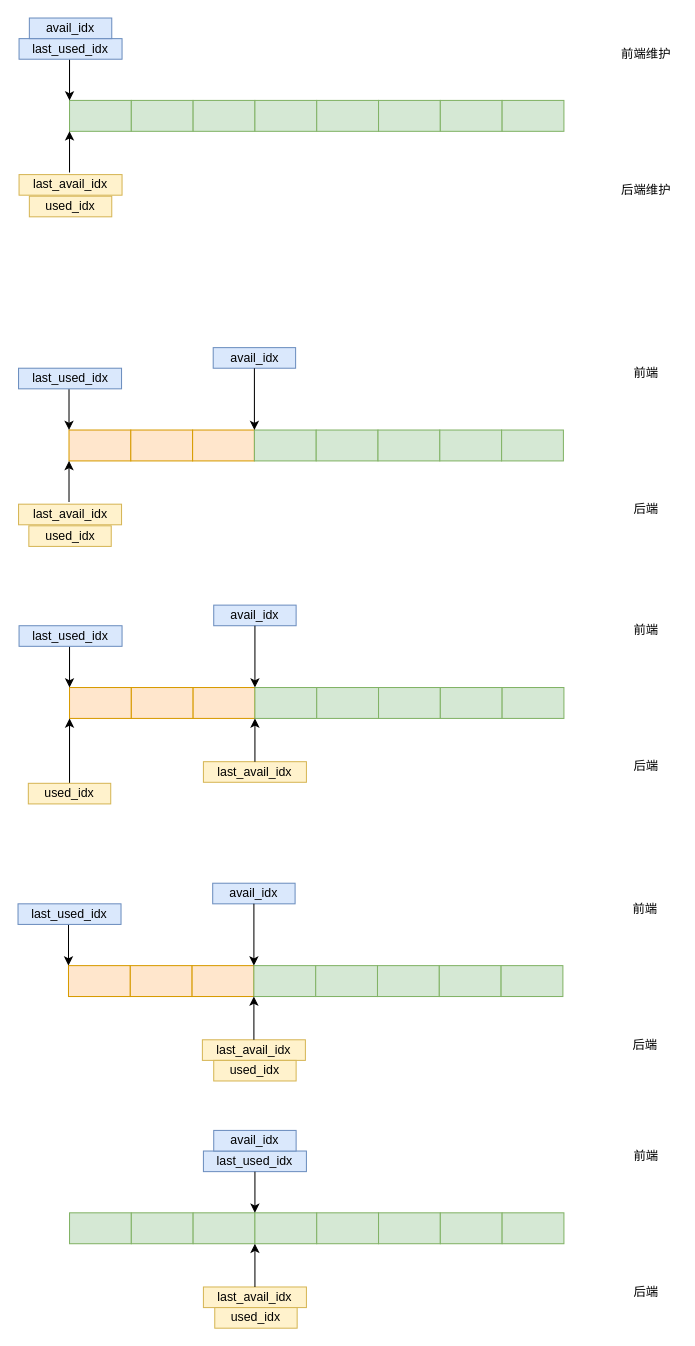
Before: page "packed virtqueue" (1 of 4) of virtio.drawio in Aspiresky/draw.io, a draw.io diagram. Source tidied: cells renumbered, new cells numbered last; positions are measured from the earlier drawing's top-left corner, leaving out a move shared by most shapes. Both pictures are drawn from the tidied source at 103%, with x=0, y=0 at pixel (18, 18).
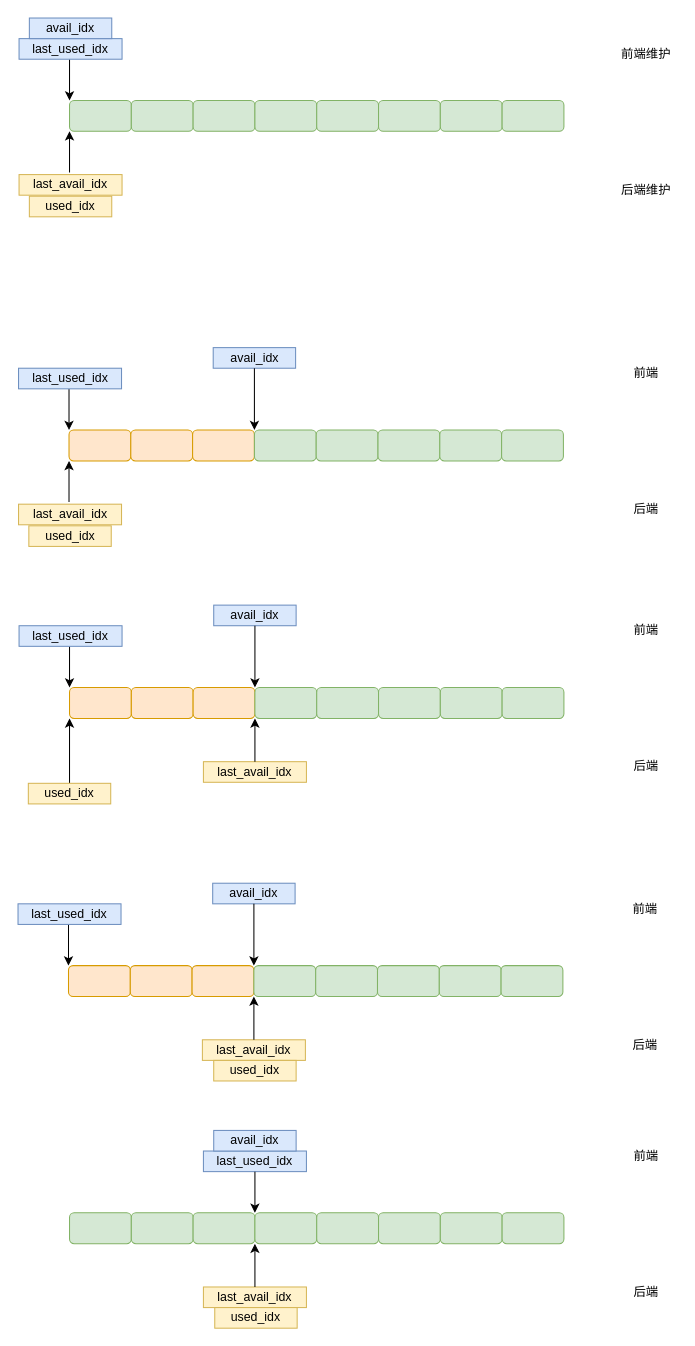
The same diagram, later.

What changed in the source:
```diff
@@
-    <mxCell id="2" style="rounded=0;whiteSpace=wrap;html=1;fillColor=#d5e8d4;strokeColor=#82b366;" parent="1" vertex="1">
+    <mxCell id="2" style="rounded=1;whiteSpace=wrap;html=1;fillColor=#d5e8d4;strokeColor=#82b366;" parent="1" vertex="1">
       <mxGeometry x="50" y="80" width="60" height="30" as="geometry" />
     </mxCell>
-    <mxCell id="3" style="rounded=0;whiteSpace=wrap;html=1;fillColor=#d5e8d4;strokeColor=#82b366;" parent="1" vertex="1">
+    <mxCell id="3" style="rounded=1;whiteSpace=wrap;html=1;fillColor=#d5e8d4;strokeColor=#82b366;" parent="1" vertex="1">
       <mxGeometry x="110" y="80" width="60" height="30" as="geometry" />
     </mxCell>
-    <mxCell id="4" style="rounded=0;whiteSpace=wrap;html=1;fillColor=#d5e8d4;strokeColor=#82b366;" parent="1" vertex="1">
+    <mxCell id="4" style="rounded=1;whiteSpace=wrap;html=1;fillColor=#d5e8d4;strokeColor=#82b366;" parent="1" vertex="1">
       <mxGeometry x="170" y="80" width="60" height="30" as="geometry" />
     </mxCell>
-    <mxCell id="5" style="rounded=0;whiteSpace=wrap;html=1;fillColor=#d5e8d4;strokeColor=#82b366;" parent="1" vertex="1">
+    <mxCell id="5" style="rounded=1;whiteSpace=wrap;html=1;fillColor=#d5e8d4;strokeColor=#82b366;" parent="1" vertex="1">
       <mxGeometry x="230" y="80" width="60" height="30" as="geometry" />
     </mxCell>
-    <mxCell id="6" style="rounded=0;whiteSpace=wrap;html=1;fillColor=#d5e8d4;strokeColor=#82b366;" parent="1" vertex="1">
+    <mxCell id="6" style="rounded=1;whiteSpace=wrap;html=1;fillColor=#d5e8d4;strokeColor=#82b366;" parent="1" vertex="1">
       <mxGeometry x="290" y="80" width="60" height="30" as="geometry" />
     </mxCell>
-    <mxCell id="7" style="rounded=0;whiteSpace=wrap;html=1;fillColor=#d5e8d4;strokeColor=#82b366;" parent="1" vertex="1">
+    <mxCell id="7" style="rounded=1;whiteSpace=wrap;html=1;fillColor=#d5e8d4;strokeColor=#82b366;" parent="1" vertex="1">
       <mxGeometry x="350" y="80" width="60" height="30" as="geometry" />
     </mxCell>
-    <mxCell id="8" style="rounded=0;whiteSpace=wrap;html=1;fillColor=#d5e8d4;strokeColor=#82b366;" parent="1" vertex="1">
+    <mxCell id="8" style="rounded=1;whiteSpace=wrap;html=1;fillColor=#d5e8d4;strokeColor=#82b366;" parent="1" vertex="1">
       <mxGeometry x="410" y="80" width="60" height="30" as="geometry" />
     </mxCell>
-    <mxCell id="9" style="rounded=0;whiteSpace=wrap;html=1;fillColor=#d5e8d4;strokeColor=#82b366;" parent="1" vertex="1">
+    <mxCell id="9" style="rounded=1;whiteSpace=wrap;html=1;fillColor=#d5e8d4;strokeColor=#82b366;" parent="1" vertex="1">
       <mxGeometry x="470" y="80" width="60" height="30" as="geometry" />
     </mxCell>
@@
-    <mxCell id="16" style="rounded=0;whiteSpace=wrap;html=1;fillColor=#ffe6cc;strokeColor=#d79b00;" parent="1" vertex="1">
+    <mxCell id="16" style="rounded=1;whiteSpace=wrap;html=1;fillColor=#ffe6cc;strokeColor=#d79b00;" parent="1" vertex="1">
       <mxGeometry x="49.5" y="400" width="60" height="30" as="geometry" />
     </mxCell>
-    <mxCell id="17" style="rounded=0;whiteSpace=wrap;html=1;fillColor=#ffe6cc;strokeColor=#d79b00;" parent="1" vertex="1">
+    <mxCell id="17" style="rounded=1;whiteSpace=wrap;html=1;fillColor=#ffe6cc;strokeColor=#d79b00;" parent="1" vertex="1">
       <mxGeometry x="109.5" y="400" width="60" height="30" as="geometry" />
     </mxCell>
-    <mxCell id="18" style="rounded=0;whiteSpace=wrap;html=1;fillColor=#ffe6cc;strokeColor=#d79b00;" parent="1" vertex="1">
+    <mxCell id="18" style="rounded=1;whiteSpace=wrap;html=1;fillColor=#ffe6cc;strokeColor=#d79b00;" parent="1" vertex="1">
       <mxGeometry x="169.5" y="400" width="60" height="30" as="geometry" />
     </mxCell>
-    <mxCell id="19" style="rounded=0;whiteSpace=wrap;html=1;fillColor=#d5e8d4;strokeColor=#82b366;" parent="1" vertex="1">
+    <mxCell id="19" style="rounded=1;whiteSpace=wrap;html=1;fillColor=#d5e8d4;strokeColor=#82b366;" parent="1" vertex="1">
       <mxGeometry x="229.5" y="400" width="60" height="30" as="geometry" />
     </mxCell>
-    <mxCell id="20" style="rounded=0;whiteSpace=wrap;html=1;fillColor=#d5e8d4;strokeColor=#82b366;" parent="1" vertex="1">
+    <mxCell id="20" style="rounded=1;whiteSpace=wrap;html=1;fillColor=#d5e8d4;strokeColor=#82b366;" parent="1" vertex="1">
       <mxGeometry x="289.5" y="400" width="60" height="30" as="geometry" />
     </mxCell>
-    <mxCell id="21" style="rounded=0;whiteSpace=wrap;html=1;fillColor=#d5e8d4;strokeColor=#82b366;" parent="1" vertex="1">
+    <mxCell id="21" style="rounded=1;whiteSpace=wrap;html=1;fillColor=#d5e8d4;strokeColor=#82b366;" parent="1" vertex="1">
       <mxGeometry x="349.5" y="400" width="60" height="30" as="geometry" />
     </mxCell>
-    <mxCell id="22" style="rounded=0;whiteSpace=wrap;html=1;fillColor=#d5e8d4;strokeColor=#82b366;" parent="1" vertex="1">
+    <mxCell id="22" style="rounded=1;whiteSpace=wrap;html=1;fillColor=#d5e8d4;strokeColor=#82b366;" parent="1" vertex="1">
       <mxGeometry x="409.5" y="400" width="60" height="30" as="geometry" />
     </mxCell>
-    <mxCell id="23" style="rounded=0;whiteSpace=wrap;html=1;fillColor=#d5e8d4;strokeColor=#82b366;" parent="1" vertex="1">
+    <mxCell id="23" style="rounded=1;whiteSpace=wrap;html=1;fillColor=#d5e8d4;strokeColor=#82b366;" parent="1" vertex="1">
       <mxGeometry x="469.5" y="400" width="60" height="30" as="geometry" />
     </mxCell>
@@
-    <mxCell id="35" style="rounded=0;whiteSpace=wrap;html=1;fillColor=#ffe6cc;strokeColor=#d79b00;" parent="1" vertex="1">
+    <mxCell id="35" style="rounded=1;whiteSpace=wrap;html=1;fillColor=#ffe6cc;strokeColor=#d79b00;" parent="1" vertex="1">
       <mxGeometry x="50" y="650" width="60" height="30" as="geometry" />
     </mxCell>
-    <mxCell id="36" style="rounded=0;whiteSpace=wrap;html=1;fillColor=#ffe6cc;strokeColor=#d79b00;" parent="1" vertex="1">
+    <mxCell id="36" style="rounded=1;whiteSpace=wrap;html=1;fillColor=#ffe6cc;strokeColor=#d79b00;" parent="1" vertex="1">
       <mxGeometry x="110" y="650" width="60" height="30" as="geometry" />
     </mxCell>
-    <mxCell id="37" style="rounded=0;whiteSpace=wrap;html=1;fillColor=#ffe6cc;strokeColor=#d79b00;" parent="1" vertex="1">
+    <mxCell id="37" style="rounded=1;whiteSpace=wrap;html=1;fillColor=#ffe6cc;strokeColor=#d79b00;" parent="1" vertex="1">
       <mxGeometry x="170" y="650" width="60" height="30" as="geometry" />
     </mxCell>
-    <mxCell id="38" style="rounded=0;whiteSpace=wrap;html=1;fillColor=#d5e8d4;strokeColor=#82b366;" parent="1" vertex="1">
+    <mxCell id="38" style="rounded=1;whiteSpace=wrap;html=1;fillColor=#d5e8d4;strokeColor=#82b366;" parent="1" vertex="1">
       <mxGeometry x="230" y="650" width="60" height="30" as="geometry" />
     </mxCell>
-    <mxCell id="39" style="rounded=0;whiteSpace=wrap;html=1;fillColor=#d5e8d4;strokeColor=#82b366;" parent="1" vertex="1">
+    <mxCell id="39" style="rounded=1;whiteSpace=wrap;html=1;fillColor=#d5e8d4;strokeColor=#82b366;" parent="1" vertex="1">
       <mxGeometry x="290" y="650" width="60" height="30" as="geometry" />
     </mxCell>
-    <mxCell id="40" style="rounded=0;whiteSpace=wrap;html=1;fillColor=#d5e8d4;strokeColor=#82b366;" parent="1" vertex="1">
+    <mxCell id="40" style="rounded=1;whiteSpace=wrap;html=1;fillColor=#d5e8d4;strokeColor=#82b366;" parent="1" vertex="1">
       <mxGeometry x="350" y="650" width="60" height="30" as="geometry" />
     </mxCell>
-    <mxCell id="41" style="rounded=0;whiteSpace=wrap;html=1;fillColor=#d5e8d4;strokeColor=#82b366;" parent="1" vertex="1">
+    <mxCell id="41" style="rounded=1;whiteSpace=wrap;html=1;fillColor=#d5e8d4;strokeColor=#82b366;" parent="1" vertex="1">
       <mxGeometry x="410" y="650" width="60" height="30" as="geometry" />
     </mxCell>
-    <mxCell id="42" style="rounded=0;whiteSpace=wrap;html=1;fillColor=#d5e8d4;strokeColor=#82b366;" parent="1" vertex="1">
+    <mxCell id="42" style="rounded=1;whiteSpace=wrap;html=1;fillColor=#d5e8d4;strokeColor=#82b366;" parent="1" vertex="1">
       <mxGeometry x="470" y="650" width="60" height="30" as="geometry" />
     </mxCell>
@@
-    <mxCell id="53" style="rounded=0;whiteSpace=wrap;html=1;fillColor=#ffe6cc;strokeColor=#d79b00;" parent="1" vertex="1">
+    <mxCell id="53" style="rounded=1;whiteSpace=wrap;html=1;fillColor=#ffe6cc;strokeColor=#d79b00;" parent="1" vertex="1">
       <mxGeometry x="49" y="920" width="60" height="30" as="geometry" />
     </mxCell>
-    <mxCell id="54" style="rounded=0;whiteSpace=wrap;html=1;fillColor=#ffe6cc;strokeColor=#d79b00;" parent="1" vertex="1">
+    <mxCell id="54" style="rounded=1;whiteSpace=wrap;html=1;fillColor=#ffe6cc;strokeColor=#d79b00;" parent="1" vertex="1">
       <mxGeometry x="109" y="920" width="60" height="30" as="geometry" />
     </mxCell>
-    <mxCell id="55" style="rounded=0;whiteSpace=wrap;html=1;fillColor=#ffe6cc;strokeColor=#d79b00;" parent="1" vertex="1">
+    <mxCell id="55" style="rounded=1;whiteSpace=wrap;html=1;fillColor=#ffe6cc;strokeColor=#d79b00;" parent="1" vertex="1">
       <mxGeometry x="169" y="920" width="60" height="30" as="geometry" />
     </mxCell>
-    <mxCell id="56" style="rounded=0;whiteSpace=wrap;html=1;fillColor=#d5e8d4;strokeColor=#82b366;" parent="1" vertex="1">
+    <mxCell id="56" style="rounded=1;whiteSpace=wrap;html=1;fillColor=#d5e8d4;strokeColor=#82b366;" parent="1" vertex="1">
       <mxGeometry x="229" y="920" width="60" height="30" as="geometry" />
     </mxCell>
-    <mxCell id="57" style="rounded=0;whiteSpace=wrap;html=1;fillColor=#d5e8d4;strokeColor=#82b366;" parent="1" vertex="1">
+    <mxCell id="57" style="rounded=1;whiteSpace=wrap;html=1;fillColor=#d5e8d4;strokeColor=#82b366;" parent="1" vertex="1">
       <mxGeometry x="289" y="920" width="60" height="30" as="geometry" />
     </mxCell>
-    <mxCell id="58" style="rounded=0;whiteSpace=wrap;html=1;fillColor=#d5e8d4;strokeColor=#82b366;" parent="1" vertex="1">
+    <mxCell id="58" style="rounded=1;whiteSpace=wrap;html=1;fillColor=#d5e8d4;strokeColor=#82b366;" parent="1" vertex="1">
       <mxGeometry x="349" y="920" width="60" height="30" as="geometry" />
     </mxCell>
-    <mxCell id="59" style="rounded=0;whiteSpace=wrap;html=1;fillColor=#d5e8d4;strokeColor=#82b366;" parent="1" vertex="1">
+    <mxCell id="59" style="rounded=1;whiteSpace=wrap;html=1;fillColor=#d5e8d4;strokeColor=#82b366;" parent="1" vertex="1">
       <mxGeometry x="409" y="920" width="60" height="30" as="geometry" />
     </mxCell>
-    <mxCell id="60" style="rounded=0;whiteSpace=wrap;html=1;fillColor=#d5e8d4;strokeColor=#82b366;" parent="1" vertex="1">
+    <mxCell id="60" style="rounded=1;whiteSpace=wrap;html=1;fillColor=#d5e8d4;strokeColor=#82b366;" parent="1" vertex="1">
       <mxGeometry x="469" y="920" width="60" height="30" as="geometry" />
     </mxCell>
@@
-    <mxCell id="70" style="rounded=0;whiteSpace=wrap;html=1;fillColor=#d5e8d4;strokeColor=#82b366;" parent="1" vertex="1">
+    <mxCell id="70" style="rounded=1;whiteSpace=wrap;html=1;fillColor=#d5e8d4;strokeColor=#82b366;" parent="1" vertex="1">
       <mxGeometry x="50" y="1160" width="60" height="30" as="geometry" />
     </mxCell>
-    <mxCell id="71" style="rounded=0;whiteSpace=wrap;html=1;fillColor=#d5e8d4;strokeColor=#82b366;" parent="1" vertex="1">
+    <mxCell id="71" style="rounded=1;whiteSpace=wrap;html=1;fillColor=#d5e8d4;strokeColor=#82b366;" parent="1" vertex="1">
       <mxGeometry x="110" y="1160" width="60" height="30" as="geometry" />
     </mxCell>
-    <mxCell id="72" style="rounded=0;whiteSpace=wrap;html=1;fillColor=#d5e8d4;strokeColor=#82b366;" parent="1" vertex="1">
+    <mxCell id="72" style="rounded=1;whiteSpace=wrap;html=1;fillColor=#d5e8d4;strokeColor=#82b366;" parent="1" vertex="1">
       <mxGeometry x="170" y="1160" width="60" height="30" as="geometry" />
     </mxCell>
-    <mxCell id="73" style="rounded=0;whiteSpace=wrap;html=1;fillColor=#d5e8d4;strokeColor=#82b366;" parent="1" vertex="1">
+    <mxCell id="73" style="rounded=1;whiteSpace=wrap;html=1;fillColor=#d5e8d4;strokeColor=#82b366;" parent="1" vertex="1">
       <mxGeometry x="230" y="1160" width="60" height="30" as="geometry" />
     </mxCell>
-    <mxCell id="74" style="rounded=0;whiteSpace=wrap;html=1;fillColor=#d5e8d4;strokeColor=#82b366;" parent="1" vertex="1">
+    <mxCell id="74" style="rounded=1;whiteSpace=wrap;html=1;fillColor=#d5e8d4;strokeColor=#82b366;" parent="1" vertex="1">
       <mxGeometry x="290" y="1160" width="60" height="30" as="geometry" />
     </mxCell>
-    <mxCell id="75" style="rounded=0;whiteSpace=wrap;html=1;fillColor=#d5e8d4;strokeColor=#82b366;" parent="1" vertex="1">
+    <mxCell id="75" style="rounded=1;whiteSpace=wrap;html=1;fillColor=#d5e8d4;strokeColor=#82b366;" parent="1" vertex="1">
       <mxGeometry x="350" y="1160" width="60" height="30" as="geometry" />
     </mxCell>
-    <mxCell id="76" style="rounded=0;whiteSpace=wrap;html=1;fillColor=#d5e8d4;strokeColor=#82b366;" parent="1" vertex="1">
+    <mxCell id="76" style="rounded=1;whiteSpace=wrap;html=1;fillColor=#d5e8d4;strokeColor=#82b366;" parent="1" vertex="1">
       <mxGeometry x="410" y="1160" width="60" height="30" as="geometry" />
     </mxCell>
-    <mxCell id="77" style="rounded=0;whiteSpace=wrap;html=1;fillColor=#d5e8d4;strokeColor=#82b366;" parent="1" vertex="1">
+    <mxCell id="77" style="rounded=1;whiteSpace=wrap;html=1;fillColor=#d5e8d4;strokeColor=#82b366;" parent="1" vertex="1">
       <mxGeometry x="470" y="1160" width="60" height="30" as="geometry" />
     </mxCell>
```
